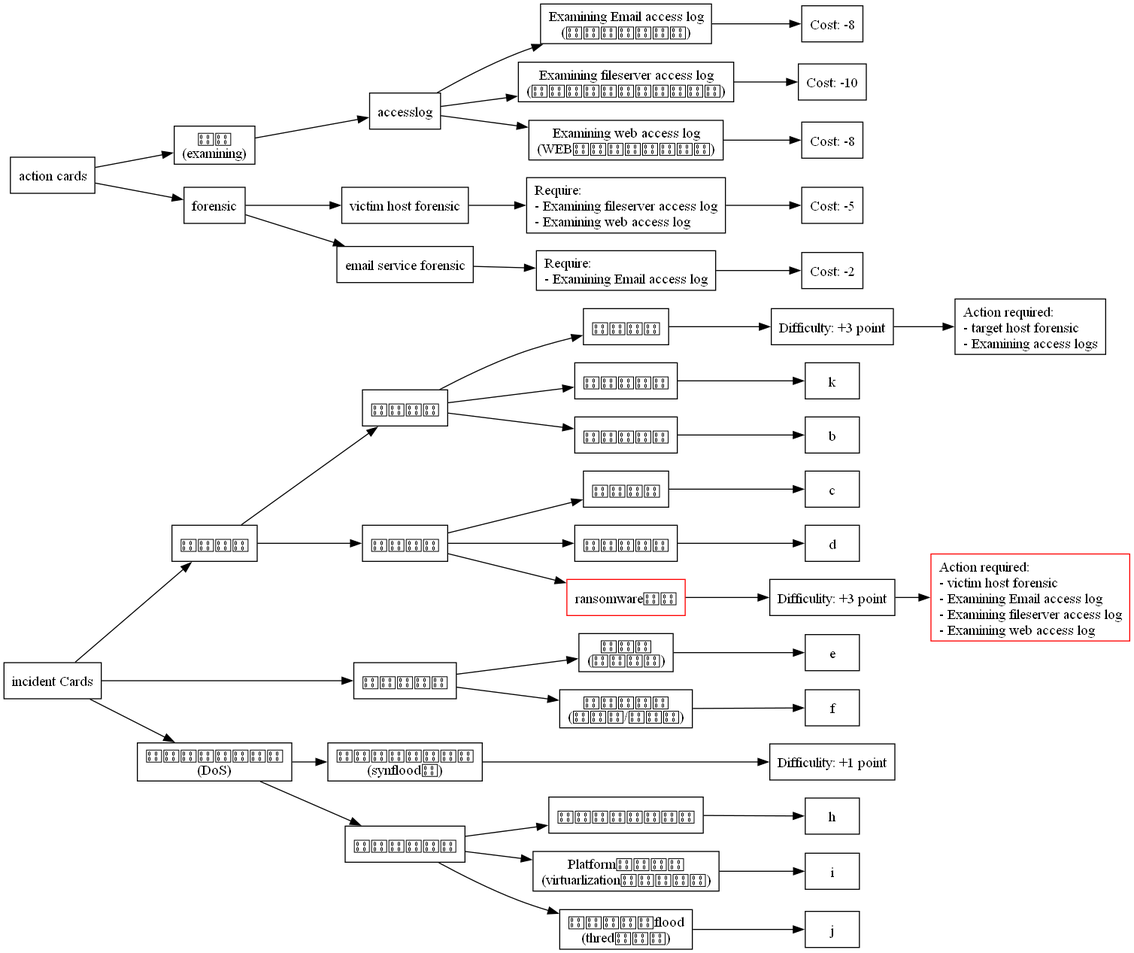
The Graphviz diagram cards/cardtype.png in hogehuga/incidentReportingGame, before a commit. Its source is kept beside it as cards/cardtype.dot. Its diagram source:
```dot
digraph cardtree{
    node [shape=box];
    rankdir=LR;

    top [label="incident Cards"];

    leak [label="情報漏洩"];
    leakInternalfraud [label="内部不正"];
    leakIntSettings [label="設定不備"];
    leakIntVuln [label="脆弱性放置"];
    leakIntImpersonation [label="なりすまし"];
    leakExternalattack [label="外部攻撃"];
    leakExtSettings [label="設定不備"];
    leakExtVuln [label="脆弱性放置"];
    leakExtRansomware [label="ransomware攻撃", color=red];

    dataDestruction [label="データ破壊"];
    destructPC [label="端末破\n(暗号化等)"];
    destructCI [label="データ侵害\n(完全性/機密性)"];

    dos [label="サービス不可攻撃\n(DoS)"];
    dosNetflood [label="ネットワーク攻撃\n(synflood等)"];
    dosServerdown [label="サーバダウン"];
    dosSvrVuln [label="脆弱性による攻撃"];
    dosSvrPlatform [label="Platformへの攻撃\n(virtuarlizationへの攻撃等)"];
    dosSvrFlood [label="サーバへのflood\n(thred飽和等)"];

    top -> leak;
    leak -> leakInternalfraud;
    leak -> leakExternalattack;
    leakInternalfraud -> leakIntSettings;
    leakInternalfraud -> leakIntVuln;
    leakInternalfraud -> leakIntImpersonation;
    leakExternalattack -> leakExtSettings;
    leakExternalattack -> leakExtVuln;
    leakExternalattack -> leakExtRansomware;
    top -> dataDestruction;
    dataDestruction -> destructPC;
    dataDestruction -> destructCI;
    top -> dos;
    dos -> dosNetflood;
    dos -> dosServerdown;
    dosServerdown -> dosSvrVuln;
    dosServerdown -> dosSvrPlatform;
    dosServerdown -> dosSvrFlood;

    a [label="Difficulty: +3 point"];
    aa [label="Action required:\l- target host forensic\l- Examining access logs"];
    l [label="Difficulity: +3 point"];
    ll [label="Action required:\l- victim host forensic\l- Examining Email access log\l- Examining fileserver access log\l- Examining web access log\l", color=red];
    g [label="Difficulity: +1 point"];

    leakExtSettings->c;
    leakExtVuln->d;
    destructPC->e;
    destructCI->f;
    dosNetflood->g;
    dosSvrVuln->h;
    dosSvrPlatform->i;
    dosSvrFlood->j;
    leakIntSettings->a->aa;
    leakIntVuln->k;
    leakIntImpersonation->b;
    leakExtRansomware->l->ll;
    {rank=same;  a;b; c;d;e;f;g;h;i;j;k;}
    {rank=same; aa;ll;}

    action [label="action cards"];

    examining [label="調査\n(examining)"];
    accesslog;
    email [label="Examining Email access log\n(メールログ調査)"];
    fileserver [label="Examining fileserver access log\n(ファイルサーバログ調査)"];
    web [label="Examining web access log\n(WEBアクセスログ調査)"];
    emailCost [label="Cost: -8"];
    filserverCost [label="Cost: -10"];
    webCost [label="Cost: -8"];

    forensic ;
    forensicVictimhost [label="victim host forensic"];
    forensicEmail [label="email service forensic"];
    forensicVictimhostRequire [label="Require:\l- Examining fileserver access log\l- Examining web access log\l"];
    forensicVictimhostCost [label="Cost: -5"];
    forensicEmailRequire [label="Require:\l- Examining Email access log\l"];
    forensicEmailCost [label="Cost: -2"];

    action -> examining;
    examining -> accesslog;
    accesslog -> email;
    accesslog -> fileserver;
    accesslog -> web;
    email -> emailCost;
    fileserver -> filserverCost;
    web -> webCost;
    action -> forensic;
    forensic -> forensicVictimhost;
    forensic -> forensicEmail;
    forensicVictimhost -> forensicVictimhostRequire;
    forensicEmail -> forensicEmailRequire;
    forensicVictimhostRequire -> forensicVictimhostCost;
    forensicEmailRequire -> forensicEmailCost;

}
```
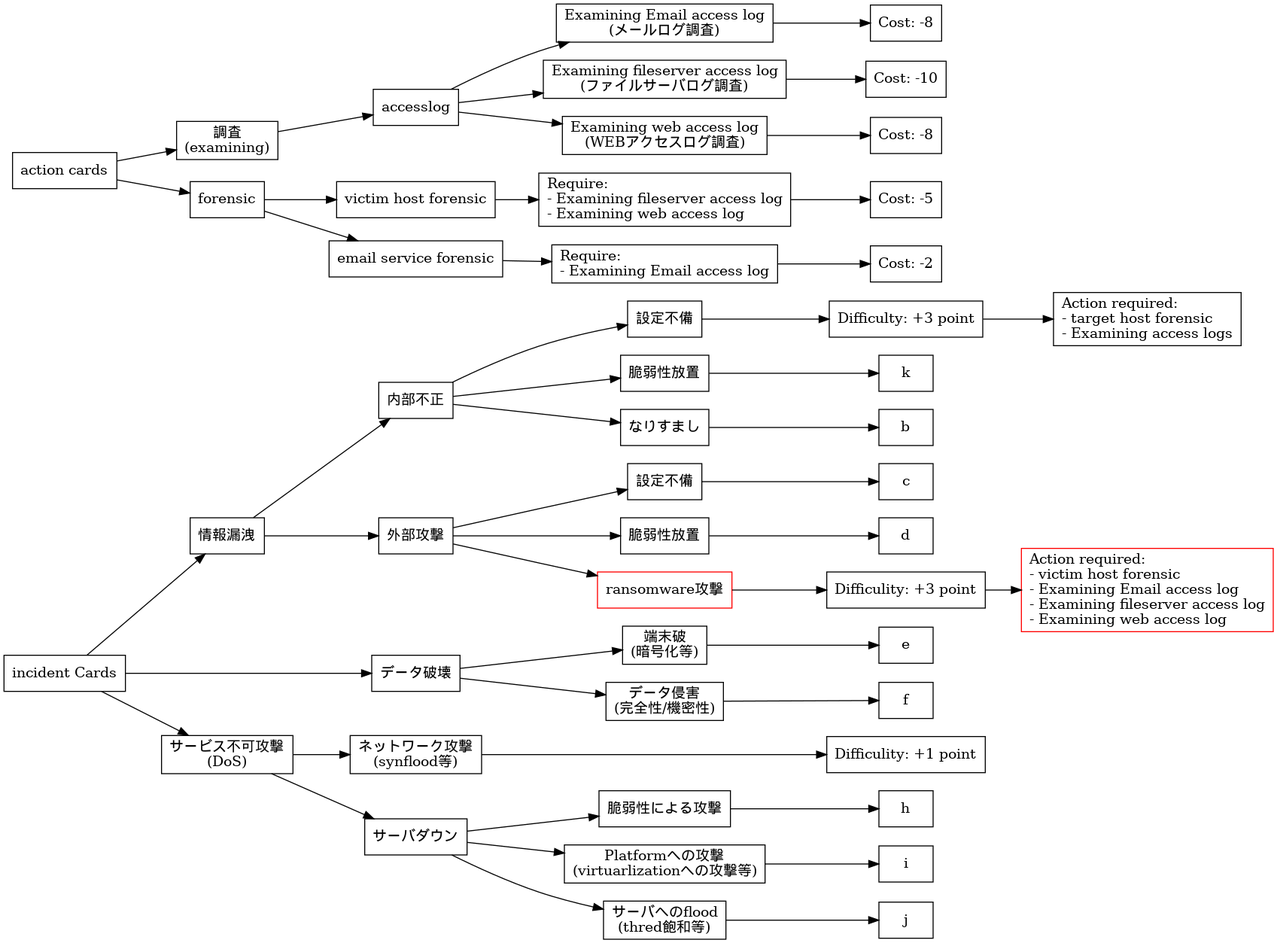
Above is the later version.

The edit, as a diff of the source:
```diff
@@ -1,4 +1,5 @@
 digraph cardtree{
+    graph [fontname="MS UI Gothic"];
     node [shape=box];
     rankdir=LR;
 
```
